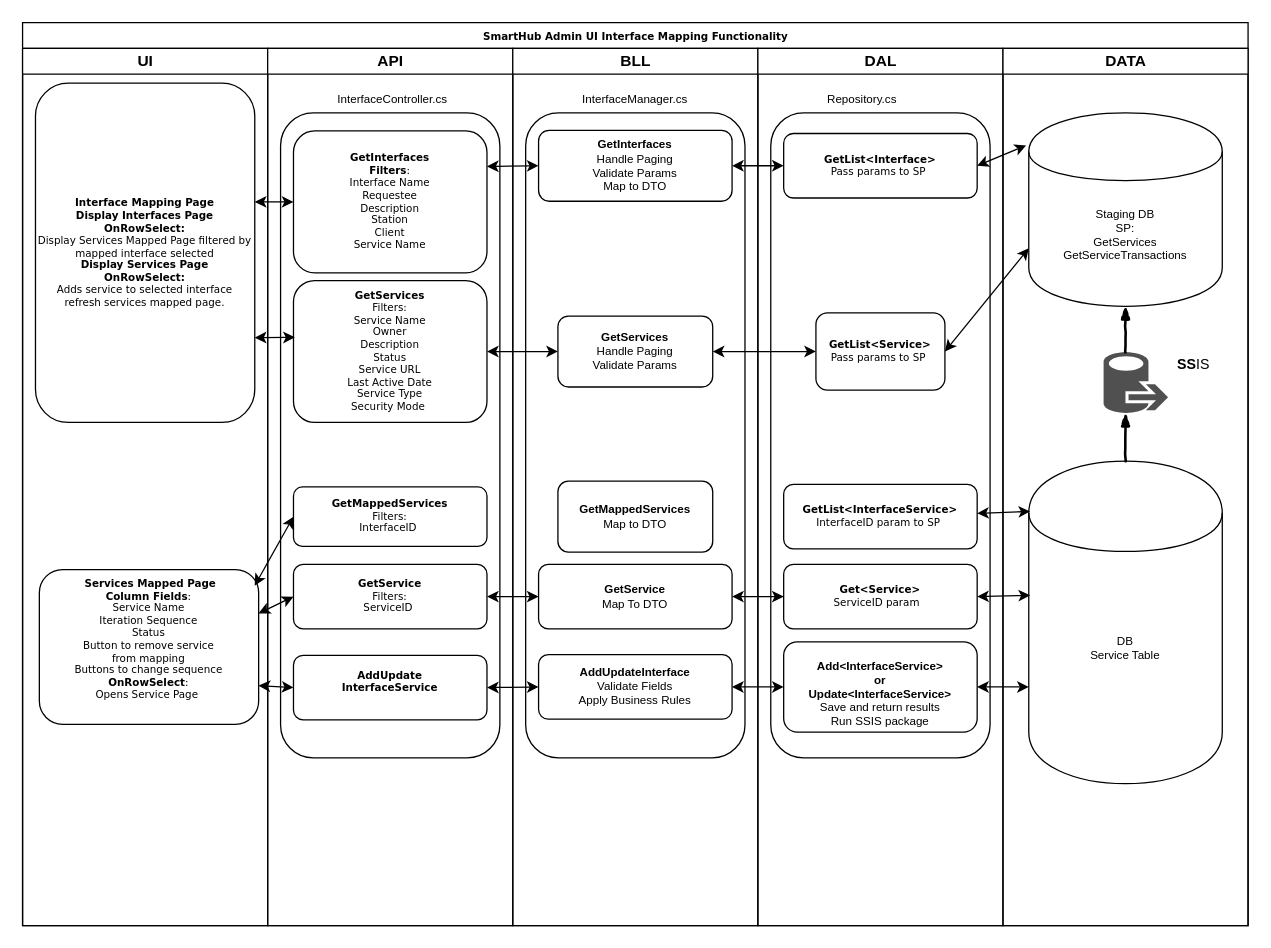
This is SHAdminUI-InterfaceMapping-Functionality.drawio from Cyrolies/TigersFreightDocs, a draw.io file, before an edit. Source tidied: cells renumbered, new cells numbered last; positions are measured from the earlier drawing's top-left corner, leaving out a move shared by most shapes. Both pictures are drawn from the tidied source at 129%, with x=0, y=0 at pixel (22, 22).
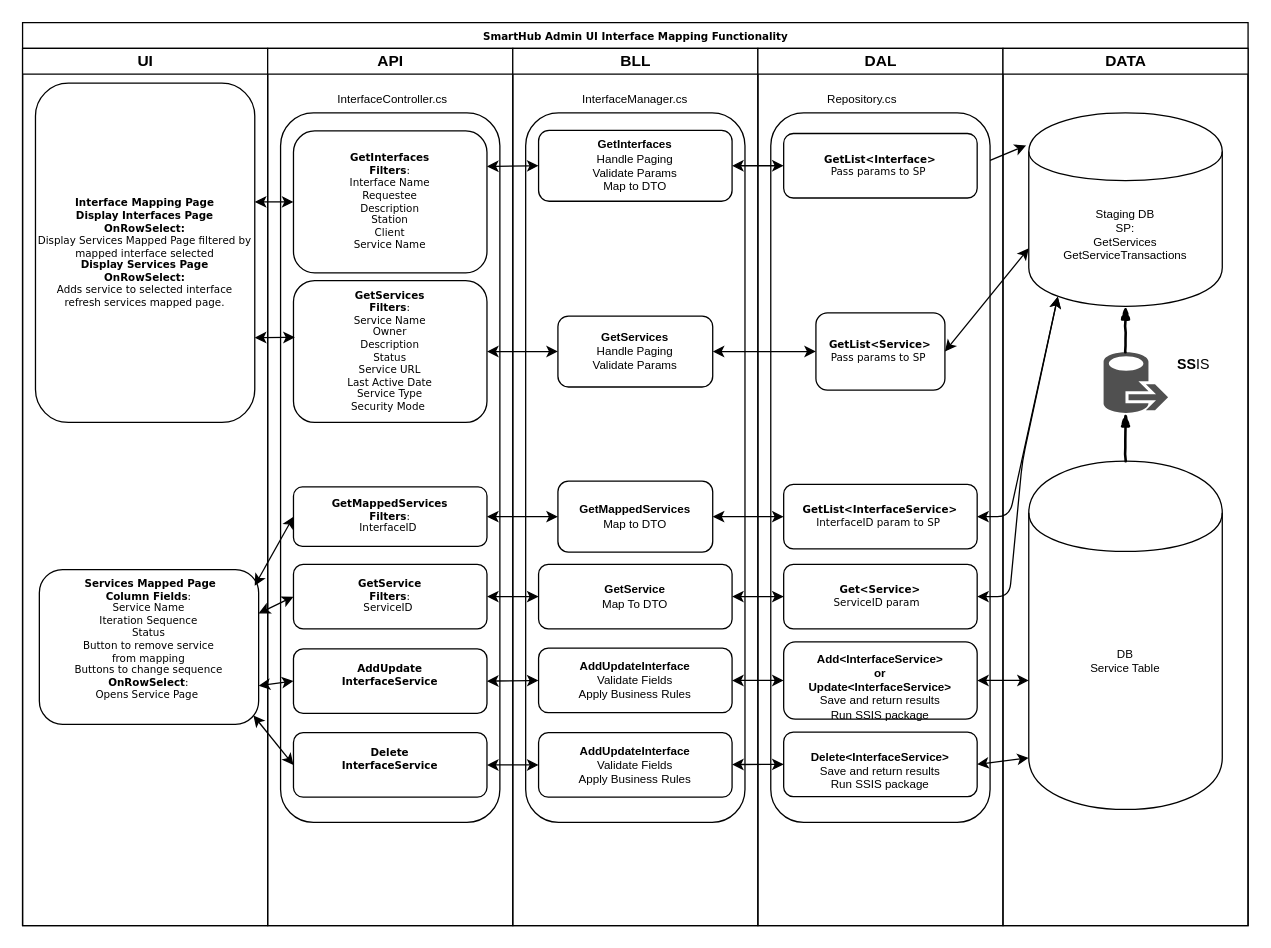
After the change.

The change refers to these unchanged cells:
```xml
<mxCell id="2" value="SmartHub Admin UI Interface Mapping Functionality" style="swimlane;html=1;startSize=20;rounded=0;shadow=0;labelBackgroundColor=none;strokeColor=#000000;strokeWidth=1;fillColor=#ffffff;fontFamily=Verdana;fontSize=8;fontColor=#000000;align=center;verticalAlign=top;" parent="1" vertex="1">
  <mxGeometry width="950" height="700" as="geometry" />
</mxCell>
<mxCell id="5" value="&lt;b&gt;&amp;nbsp;Services Mapped Page&lt;/b&gt;&lt;br&gt;&lt;b&gt;Column Fields&lt;/b&gt;:&lt;br&gt;Service Name&lt;br&gt;Iteration Sequence&lt;br&gt;Status&lt;br&gt;Button to remove service&lt;br&gt;from mapping&lt;br&gt;Buttons to change sequence&lt;br&gt;&lt;b&gt;OnRowSelect&lt;/b&gt;:&lt;br&gt;Opens Service Page&amp;nbsp;" style="rounded=1;whiteSpace=wrap;html=1;shadow=0;labelBackgroundColor=none;strokeColor=#000000;strokeWidth=1;fillColor=#ffffff;fontFamily=Verdana;fontSize=8;fontColor=#000000;align=center;verticalAlign=top;" parent="3" vertex="1">
  <mxGeometry x="13" y="404" width="170" height="120" as="geometry" />
</mxCell>
<mxCell id="6" value="API" style="swimlane;html=1;startSize=20;" parent="2" vertex="1">
  <mxGeometry x="190" y="20" width="190" height="680" as="geometry" />
</mxCell>
<mxCell id="8" value="&lt;b&gt;GetInterfaces&lt;br&gt;Filters&lt;/b&gt;:&lt;br&gt;Interface Name&lt;br&gt;Requestee&lt;br&gt;Description&lt;br&gt;Station&lt;br&gt;Client&lt;br&gt;Service Name" style="rounded=1;whiteSpace=wrap;html=1;shadow=0;labelBackgroundColor=none;strokeColor=#000000;strokeWidth=1;fillColor=#ffffff;fontFamily=Verdana;fontSize=8;fontColor=#000000;align=center;" parent="6" vertex="1">
  <mxGeometry x="20" y="64" width="150" height="110" as="geometry" />
</mxCell>
<mxCell id="14" value="BLL" style="swimlane;html=1;startSize=20;" parent="2" vertex="1">
  <mxGeometry x="380" y="20" width="190" height="680" as="geometry" />
</mxCell>
<mxCell id="21" value="&lt;b&gt;GetMappedServices&lt;/b&gt;&lt;br&gt;Map to DTO" style="rounded=1;whiteSpace=wrap;html=1;fontSize=9;align=center;" parent="14" vertex="1">
  <mxGeometry x="35" y="335.5" width="120" height="55" as="geometry" />
</mxCell>
<mxCell id="22" value="DAL" style="swimlane;html=1;startSize=20;" parent="2" vertex="1">
  <mxGeometry x="570" y="20" width="190" height="680" as="geometry" />
</mxCell>
<mxCell id="24" value="&lt;b&gt;GetList&amp;lt;Interface&amp;gt;&lt;br&gt;&lt;/b&gt;Pass params to SP&amp;nbsp;" style="rounded=1;whiteSpace=wrap;html=1;shadow=0;labelBackgroundColor=none;strokeColor=#000000;strokeWidth=1;fillColor=#ffffff;fontFamily=Verdana;fontSize=8;fontColor=#000000;align=center;" parent="22" vertex="1">
  <mxGeometry x="20" y="66" width="150" height="50" as="geometry" />
</mxCell>
<mxCell id="28" value="&lt;b&gt;Get&amp;lt;Service&amp;gt;&lt;br&gt;&lt;/b&gt;ServiceID param&amp;nbsp;&amp;nbsp;" style="rounded=1;whiteSpace=wrap;html=1;shadow=0;labelBackgroundColor=none;strokeColor=#000000;strokeWidth=1;fillColor=#ffffff;fontFamily=Verdana;fontSize=8;fontColor=#000000;align=center;" parent="22" vertex="1">
  <mxGeometry x="20" y="400" width="150" height="50" as="geometry" />
</mxCell>
<mxCell id="29" value="&lt;b&gt;GetList&amp;lt;InterfaceService&amp;gt;&lt;br&gt;&lt;/b&gt;InterfaceID param to SP&amp;nbsp;" style="rounded=1;whiteSpace=wrap;html=1;shadow=0;labelBackgroundColor=none;strokeColor=#000000;strokeWidth=1;fillColor=#ffffff;fontFamily=Verdana;fontSize=8;fontColor=#000000;align=center;" parent="22" vertex="1">
  <mxGeometry x="20" y="338" width="150" height="50" as="geometry" />
</mxCell>
<mxCell id="35" value="DATA" style="swimlane;html=1;startSize=20;align=center;" parent="2" vertex="1">
  <mxGeometry x="760" y="20" width="190" height="680" as="geometry" />
</mxCell>
<mxCell id="36" value="Staging DB&lt;br&gt;SP:&lt;br&gt;GetServices&lt;br&gt;GetServiceTransactions" style="shape=cylinder;whiteSpace=wrap;html=1;boundedLbl=1;backgroundOutline=1;fontSize=9;align=center;" parent="35" vertex="1">
  <mxGeometry x="20" y="50" width="150" height="150" as="geometry" />
</mxCell>
```

Change to the diagram source:
```diff
@@
     <mxCell id="7" style="rounded=1;whiteSpace=wrap;html=1;fontSize=9;align=center;" parent="6" vertex="1">
-      <mxGeometry x="10" y="50" width="170" height="500" as="geometry" />
+      <mxGeometry x="10" y="50" width="170" height="550" as="geometry" />
     </mxCell>
@@
     <mxCell id="9" value="&lt;b&gt;AddUpdate&lt;br&gt;InterfaceService&lt;br&gt;&amp;nbsp;&lt;/b&gt;" style="rounded=1;whiteSpace=wrap;html=1;shadow=0;labelBackgroundColor=none;strokeColor=#000000;strokeWidth=1;fillColor=#ffffff;fontFamily=Verdana;fontSize=8;fontColor=#000000;align=center;verticalAlign=middle;" parent="6" vertex="1">
-      <mxGeometry x="20" y="470.5" width="150" height="50" as="geometry" />
+      <mxGeometry x="20" y="465.5" width="150" height="50" as="geometry" />
     </mxCell>
@@
-    <mxCell id="11" value="&lt;b&gt;GetServices&lt;br&gt;&lt;/b&gt;Filters:&lt;br&gt;Service Name&lt;br&gt;Owner&lt;br&gt;Description&lt;br&gt;Status&lt;br&gt;Service URL&lt;br&gt;Last Active Date&lt;br&gt;Service Type&lt;br&gt;Security Mode&amp;nbsp;" style="rounded=1;whiteSpace=wrap;html=1;shadow=0;labelBackgroundColor=none;strokeColor=#000000;strokeWidth=1;fillColor=#ffffff;fontFamily=Verdana;fontSize=8;fontColor=#000000;align=center;" parent="6" vertex="1">
+    <mxCell id="11" value="&lt;b&gt;GetServices&lt;br&gt;Filters&lt;/b&gt;:&lt;br&gt;Service Name&lt;br&gt;Owner&lt;br&gt;Description&lt;br&gt;Status&lt;br&gt;Service URL&lt;br&gt;Last Active Date&lt;br&gt;Service Type&lt;br&gt;Security Mode&amp;nbsp;" style="rounded=1;whiteSpace=wrap;html=1;shadow=0;labelBackgroundColor=none;strokeColor=#000000;strokeWidth=1;fillColor=#ffffff;fontFamily=Verdana;fontSize=8;fontColor=#000000;align=center;" parent="6" vertex="1">
       <mxGeometry x="20" y="180" width="150" height="110" as="geometry" />
     </mxCell>
-    <mxCell id="12" value="&lt;b&gt;GetMappedServices&lt;br&gt;&lt;/b&gt;Filters:&lt;br&gt;InterfaceID&amp;nbsp;" style="rounded=1;whiteSpace=wrap;html=1;shadow=0;labelBackgroundColor=none;strokeColor=#000000;strokeWidth=1;fillColor=#ffffff;fontFamily=Verdana;fontSize=8;fontColor=#000000;align=center;" parent="6" vertex="1">
+    <mxCell id="12" value="&lt;b&gt;GetMappedServices&lt;br&gt;Filters&lt;/b&gt;:&lt;br&gt;InterfaceID&amp;nbsp;" style="rounded=1;whiteSpace=wrap;html=1;shadow=0;labelBackgroundColor=none;strokeColor=#000000;strokeWidth=1;fillColor=#ffffff;fontFamily=Verdana;fontSize=8;fontColor=#000000;align=center;" parent="6" vertex="1">
       <mxGeometry x="20" y="340" width="150" height="46" as="geometry" />
     </mxCell>
-    <mxCell id="13" value="&lt;b&gt;GetService&lt;br&gt;&lt;/b&gt;Filters:&lt;br&gt;ServiceID&amp;nbsp;" style="rounded=1;whiteSpace=wrap;html=1;shadow=0;labelBackgroundColor=none;strokeColor=#000000;strokeWidth=1;fillColor=#ffffff;fontFamily=Verdana;fontSize=8;fontColor=#000000;align=center;" parent="6" vertex="1">
+    <mxCell id="13" value="&lt;b&gt;GetService&lt;br&gt;Filters&lt;/b&gt;:&lt;br&gt;ServiceID&amp;nbsp;" style="rounded=1;whiteSpace=wrap;html=1;shadow=0;labelBackgroundColor=none;strokeColor=#000000;strokeWidth=1;fillColor=#ffffff;fontFamily=Verdana;fontSize=8;fontColor=#000000;align=center;" parent="6" vertex="1">
       <mxGeometry x="20" y="400" width="150" height="50" as="geometry" />
     </mxCell>
+    <mxCell id="55" value="&lt;b&gt;Delete&lt;br&gt;InterfaceService&lt;br&gt;&amp;nbsp;&lt;/b&gt;" style="rounded=1;whiteSpace=wrap;html=1;shadow=0;labelBackgroundColor=none;strokeColor=#000000;strokeWidth=1;fillColor=#ffffff;fontFamily=Verdana;fontSize=8;fontColor=#000000;align=center;verticalAlign=middle;" parent="6" vertex="1">
+      <mxGeometry x="20" y="530.5" width="150" height="50" as="geometry" />
+    </mxCell>
@@
     <mxCell id="15" style="rounded=1;whiteSpace=wrap;html=1;shadow=0;labelBackgroundColor=none;strokeColor=#000000;strokeWidth=1;fillColor=#ffffff;fontFamily=Verdana;fontSize=8;fontColor=#000000;align=center;" parent="14" vertex="1">
-      <mxGeometry x="10" y="50" width="170" height="500" as="geometry" />
+      <mxGeometry x="10" y="50" width="170" height="550" as="geometry" />
     </mxCell>
@@
     <mxCell id="18" value="&lt;b&gt;AddUpdateInterface&lt;/b&gt;&lt;br&gt;Validate Fields&lt;br&gt;Apply Business Rules" style="rounded=1;whiteSpace=wrap;html=1;fontSize=9;align=center;" parent="14" vertex="1">
-      <mxGeometry x="20" y="470" width="150" height="50" as="geometry" />
+      <mxGeometry x="20" y="465" width="150" height="50" as="geometry" />
     </mxCell>
@@
+    <mxCell id="56" value="&lt;b&gt;AddUpdateInterface&lt;/b&gt;&lt;br&gt;Validate Fields&lt;br&gt;Apply Business Rules" style="rounded=1;whiteSpace=wrap;html=1;fontSize=9;align=center;" parent="14" vertex="1">
+      <mxGeometry x="20" y="530.5" width="150" height="50" as="geometry" />
+    </mxCell>
+    <mxCell id="30" style="endArrow=classic;startArrow=classic;html=1;fontSize=9;entryX=0;entryY=0.5;entryDx=0;entryDy=0;" parent="2" edge="1" target="8">
+      <mxGeometry relative="1" as="geometry">
+        <mxPoint x="180" y="139" as="sourcePoint" />
+      </mxGeometry>
+    </mxCell>
+    <mxCell id="31" style="endArrow=classic;startArrow=classic;html=1;fontSize=9;exitX=1;exitY=0.5;exitDx=0;exitDy=0;entryX=0;entryY=0.5;entryDx=0;entryDy=0;" parent="2" edge="1" source="9" target="18">
+      <mxGeometry relative="1" as="geometry" />
+    </mxCell>
+    <mxCell id="33" style="endArrow=classic;startArrow=classic;html=1;fontSize=9;entryX=-0.013;entryY=0.168;entryDx=0;entryDy=0;exitX=1;exitY=0.5;exitDx=0;exitDy=0;entryPerimeter=0;" parent="2" edge="1" source="24" target="36">
+      <mxGeometry relative="1" as="geometry" />
+    </mxCell>
+    <mxCell id="34" style="endArrow=classic;startArrow=classic;html=1;fontSize=8;entryX=0;entryY=0.5;entryDx=0;entryDy=0;exitX=1;exitY=0.75;exitDx=0;exitDy=0;" parent="2" edge="1" source="5" target="9">
+      <mxGeometry relative="1" as="geometry" />
+    </mxCell>
@@
     <mxCell id="23" style="rounded=1;whiteSpace=wrap;html=1;fontSize=9;align=center;" parent="22" vertex="1">
-      <mxGeometry x="10" y="50" width="170" height="500" as="geometry" />
+      <mxGeometry x="10" y="50" width="170" height="550" as="geometry" />
     </mxCell>
@@
     <mxCell id="25" value="&amp;nbsp;&lt;br&gt;&lt;b&gt;Add&amp;lt;InterfaceService&amp;gt;&lt;/b&gt;&lt;br&gt;&lt;b&gt;or&lt;br&gt;Update&amp;lt;InterfaceService&amp;gt;&lt;/b&gt;&lt;br&gt;Save and return results&lt;br&gt;Run SSIS package" style="rounded=1;whiteSpace=wrap;html=1;fontSize=9;align=center;" parent="22" vertex="1">
-      <mxGeometry x="20" y="460" width="150" height="70" as="geometry" />
+      <mxGeometry x="20" y="460" width="150" height="60" as="geometry" />
     </mxCell>
@@
-    <mxCell id="30" style="endArrow=classic;startArrow=classic;html=1;fontSize=9;entryX=0;entryY=0.5;entryDx=0;entryDy=0;" parent="2" edge="1" target="8">
-      <mxGeometry relative="1" as="geometry">
-        <mxPoint x="180" y="139" as="sourcePoint" />
-      </mxGeometry>
-    </mxCell>
-    <mxCell id="31" style="endArrow=classic;startArrow=classic;html=1;fontSize=9;exitX=1;exitY=0.5;exitDx=0;exitDy=0;entryX=0;entryY=0.5;entryDx=0;entryDy=0;" parent="2" edge="1" source="9" target="18">
-      <mxGeometry relative="1" as="geometry" />
-    </mxCell>
-    <mxCell id="32" style="endArrow=classic;startArrow=classic;html=1;fontSize=9;exitX=1;exitY=0.5;exitDx=0;exitDy=0;entryX=0;entryY=0.5;entryDx=0;entryDy=0;" parent="2" edge="1" source="18" target="25">
-      <mxGeometry relative="1" as="geometry" />
-    </mxCell>
-    <mxCell id="33" style="endArrow=classic;startArrow=classic;html=1;fontSize=9;entryX=-0.013;entryY=0.168;entryDx=0;entryDy=0;exitX=1;exitY=0.5;exitDx=0;exitDy=0;entryPerimeter=0;" parent="2" edge="1" source="24" target="36">
-      <mxGeometry relative="1" as="geometry" />
-    </mxCell>
-    <mxCell id="34" style="endArrow=classic;startArrow=classic;html=1;fontSize=8;entryX=0;entryY=0.5;entryDx=0;entryDy=0;exitX=1;exitY=0.75;exitDx=0;exitDy=0;" parent="2" edge="1" source="5" target="9">
-      <mxGeometry relative="1" as="geometry" />
-    </mxCell>
+    <mxCell id="57" value="&amp;nbsp;&lt;br&gt;&lt;b&gt;Delete&amp;lt;InterfaceService&amp;gt;&lt;/b&gt;&lt;br&gt;Save and return results&lt;br&gt;Run SSIS package" style="rounded=1;whiteSpace=wrap;html=1;fontSize=9;align=center;" parent="22" vertex="1">
+      <mxGeometry x="20" y="530" width="150" height="50" as="geometry" />
+    </mxCell>
@@
     <mxCell id="37" value="DB&lt;br&gt;Service Table" style="shape=cylinder;whiteSpace=wrap;html=1;boundedLbl=1;backgroundOutline=1;fontSize=9;align=center;" parent="35" vertex="1">
-      <mxGeometry x="20" y="320" width="150" height="250" as="geometry" />
+      <mxGeometry x="20" y="320" width="150" height="270" as="geometry" />
     </mxCell>
@@
-    <mxCell id="43" style="endArrow=classic;startArrow=classic;html=1;exitX=1;exitY=0.5;exitDx=0;exitDy=0;entryX=0;entryY=0.7;entryDx=0;entryDy=0;" parent="2" edge="1" source="25" target="37">
-      <mxGeometry relative="1" as="geometry" />
+    <mxCell id="43" style="endArrow=classic;startArrow=classic;html=1;exitX=1;exitY=0.5;exitDx=0;exitDy=0;" parent="2" edge="1" source="25">
+      <mxGeometry relative="1" as="geometry">
+        <mxPoint x="780" y="510" as="targetPoint" />
+      </mxGeometry>
     </mxCell>
@@
-    <mxCell id="53" style="endArrow=classic;startArrow=classic;html=1;entryX=0.007;entryY=0.156;entryDx=0;entryDy=0;entryPerimeter=0;" parent="2" edge="1" source="29" target="37">
-      <mxGeometry relative="1" as="geometry" />
+    <mxCell id="53" style="endArrow=classic;startArrow=classic;html=1;entryX=0.15;entryY=0.95;entryDx=0;entryDy=0;entryPerimeter=0;" parent="2" edge="1" source="29" target="36">
+      <mxGeometry relative="1" as="geometry">
+        <Array as="points">
+          <mxPoint x="765" y="383" />
+        </Array>
+      </mxGeometry>
     </mxCell>
-    <mxCell id="54" style="endArrow=classic;startArrow=classic;html=1;exitX=1;exitY=0.5;exitDx=0;exitDy=0;entryX=0.007;entryY=0.416;entryDx=0;entryDy=0;entryPerimeter=0;" parent="2" edge="1" source="28" target="37">
-      <mxGeometry relative="1" as="geometry" />
+    <mxCell id="54" style="endArrow=classic;startArrow=classic;html=1;exitX=1;exitY=0.5;exitDx=0;exitDy=0;entryX=0.15;entryY=0.95;entryDx=0;entryDy=0;entryPerimeter=0;" parent="2" edge="1" source="28" target="36">
+      <mxGeometry relative="1" as="geometry">
+        <Array as="points">
+          <mxPoint x="765" y="445" />
+          <mxPoint x="775" y="340" />
+        </Array>
+      </mxGeometry>
     </mxCell>
+    <mxCell id="32" style="endArrow=classic;startArrow=classic;html=1;fontSize=9;exitX=1;exitY=0.5;exitDx=0;exitDy=0;entryX=0;entryY=0.5;entryDx=0;entryDy=0;" parent="2" edge="1" source="18" target="25">
+      <mxGeometry relative="1" as="geometry" />
+    </mxCell>
+    <mxCell id="58" style="endArrow=classic;startArrow=classic;html=1;entryX=0;entryY=0.5;entryDx=0;entryDy=0;exitX=0.976;exitY=0.942;exitDx=0;exitDy=0;exitPerimeter=0;" parent="2" edge="1" source="5" target="55">
+      <mxGeometry relative="1" as="geometry" />
+    </mxCell>
+    <mxCell id="59" style="endArrow=classic;startArrow=classic;html=1;entryX=0;entryY=0.5;entryDx=0;entryDy=0;" parent="2" edge="1" source="55" target="56">
+      <mxGeometry relative="1" as="geometry" />
+    </mxCell>
+    <mxCell id="60" style="endArrow=classic;startArrow=classic;html=1;entryX=0;entryY=0.5;entryDx=0;entryDy=0;" parent="2" edge="1" source="56" target="57">
+      <mxGeometry relative="1" as="geometry" />
+    </mxCell>
+    <mxCell id="61" style="endArrow=classic;startArrow=classic;html=1;exitX=1;exitY=0.5;exitDx=0;exitDy=0;" parent="2" edge="1" source="57">
+      <mxGeometry relative="1" as="geometry">
+        <mxPoint x="780" y="570" as="targetPoint" />
+      </mxGeometry>
+    </mxCell>
+    <mxCell id="62" style="endArrow=classic;startArrow=classic;html=1;entryX=0;entryY=0.5;entryDx=0;entryDy=0;exitX=1;exitY=0.5;exitDx=0;exitDy=0;" parent="2" edge="1" source="12" target="21">
+      <mxGeometry relative="1" as="geometry" />
+    </mxCell>
+    <mxCell id="63" style="endArrow=classic;startArrow=classic;html=1;entryX=0;entryY=0.5;entryDx=0;entryDy=0;exitX=1;exitY=0.5;exitDx=0;exitDy=0;" parent="2" edge="1" source="21" target="29">
+      <mxGeometry relative="1" as="geometry" />
+    </mxCell>
```
